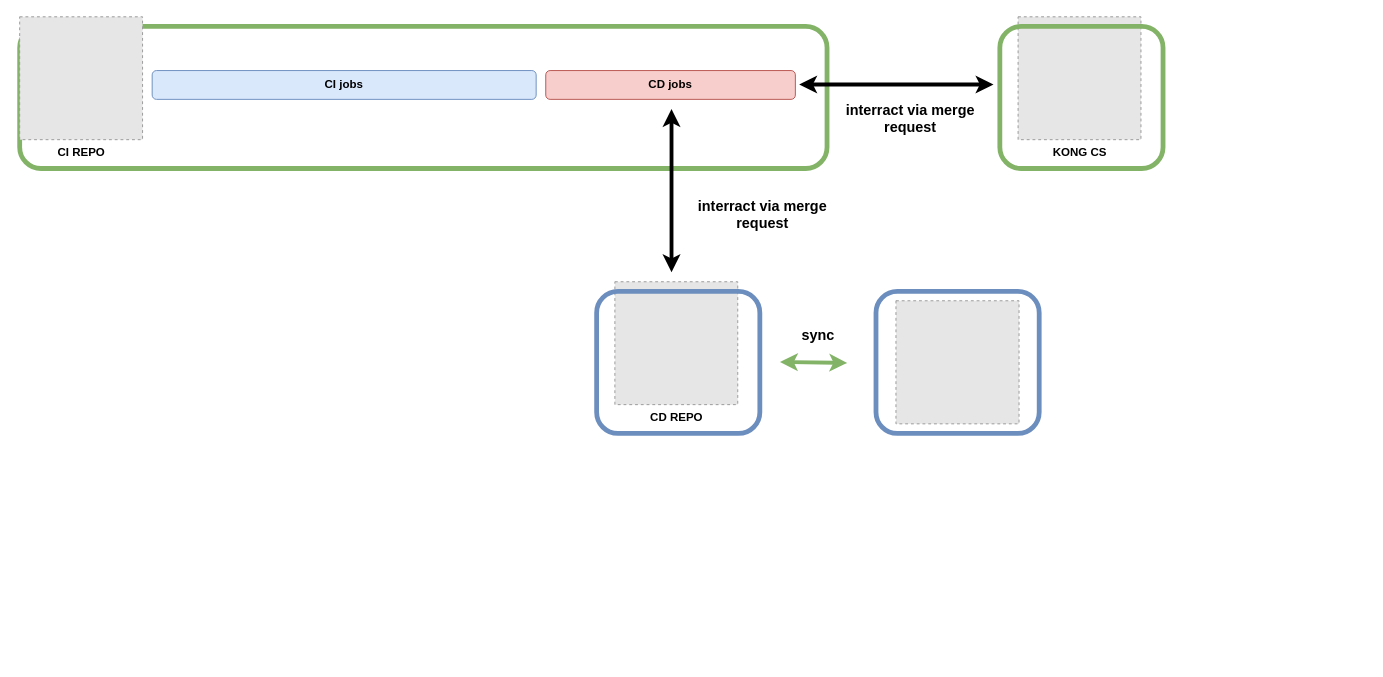
Above: Biểu đồ không có tiêu đề.drawio in quanhk711/dev-test- (draw.io), before the change. Source tidied: cells renumbered, new cells numbered last; positions are measured from the earlier drawing's top-left corner, leaving out a move shared by most shapes. Both pictures are drawn from the tidied source at 96%, with x=0, y=0 at pixel (19, 16). Pictures stored in the file or linked from it are replaced by grey dashed boxes.
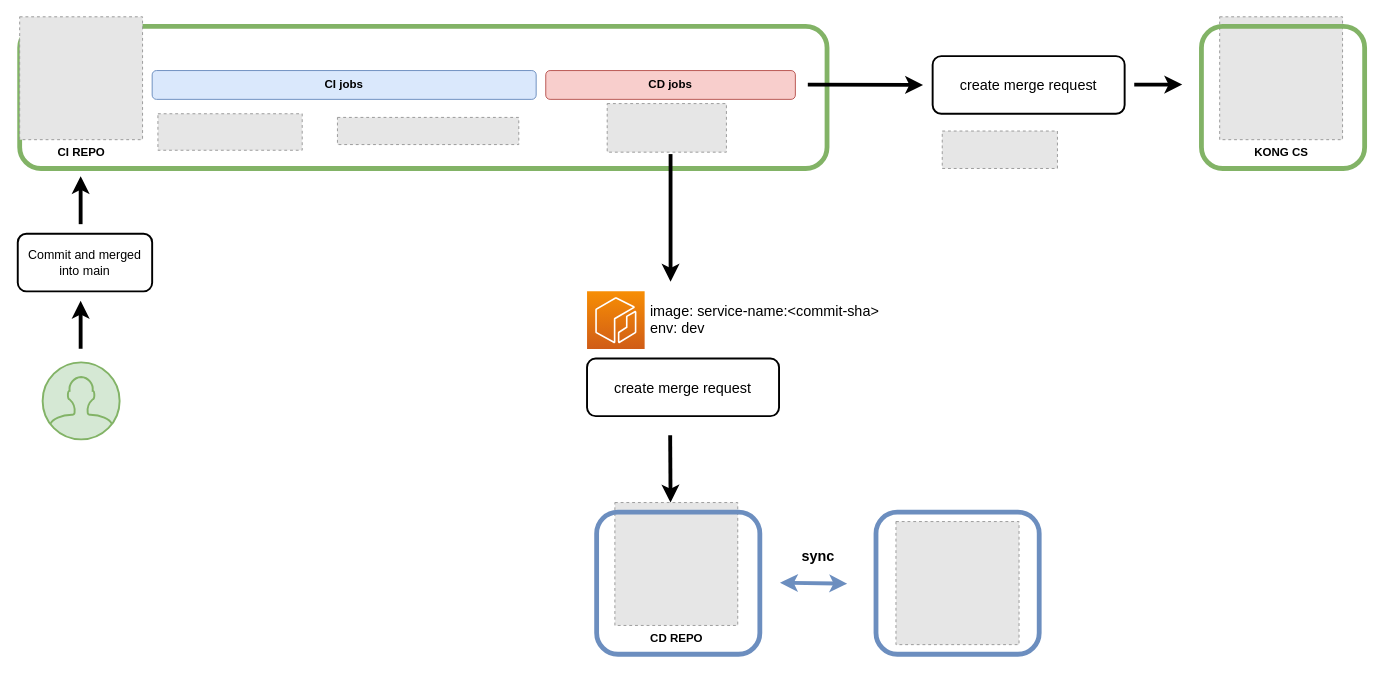
The same page after the edit.

Commit message:
Cập nhật Biểu đồ không có tiêu đề.drawio

What changed in the source:
```diff
@@
     <mxCell id="4" value="&lt;b&gt;CD REPO&lt;br&gt;&lt;br&gt;&lt;/b&gt;" style="fillColor=#E6E6E6;strokeColor=#999999;dashed=1;html=1;verticalAlign=top;verticalLabelPosition=bottom;labelBackgroundColor=#ffffff;" parent="1" vertex="1">
-      <mxGeometry x="620" y="276" width="128" height="128" as="geometry" />
+      <mxGeometry x="620" y="506" width="128" height="128" as="geometry" />
     </mxCell>
@@
     <mxCell id="7" style="rounded=1;whiteSpace=wrap;html=1;fillColor=none;strokeColor=#6c8ebf;strokeWidth=5;" parent="1" vertex="1">
-      <mxGeometry x="601" y="286" width="170" height="148" as="geometry" />
+      <mxGeometry x="601" y="516" width="170" height="148" as="geometry" />
     </mxCell>
     <mxCell id="8" style="fillColor=#E6E6E6;strokeColor=#999999;dashed=1;verticalLabelPosition=bottom;labelBackgroundColor=default;verticalAlign=top;" parent="1" vertex="1">
-      <mxGeometry x="912.8" y="295.8" width="128.2" height="128.2" as="geometry" />
+      <mxGeometry x="912.8" y="525.8" width="128.2" height="128.2" as="geometry" />
     </mxCell>
     <mxCell id="9" style="rounded=1;whiteSpace=wrap;html=1;fillColor=none;strokeColor=#6c8ebf;strokeWidth=5;" parent="1" vertex="1">
-      <mxGeometry x="892" y="286" width="170" height="148" as="geometry" />
+      <mxGeometry x="892" y="516" width="170" height="148" as="geometry" />
     </mxCell>
-    <mxCell id="10" style="endArrow=classic;startArrow=classic;html=1;rounded=0;strokeWidth=4;fillColor=#d5e8d4;strokeColor=#82b366;" parent="1" edge="1">
+    <mxCell id="10" style="endArrow=classic;startArrow=classic;html=1;rounded=0;strokeWidth=4;fillColor=#dae8fc;strokeColor=#6c8ebf;" parent="1" edge="1">
       <mxGeometry relative="1" as="geometry">
-        <mxPoint x="792" y="359.5" as="sourcePoint" />
-        <mxPoint x="862" y="360.5" as="targetPoint" />
+        <mxPoint x="792" y="589.5" as="sourcePoint" />
+        <mxPoint x="862" y="590.5" as="targetPoint" />
       </mxGeometry>
     </mxCell>
     <mxCell id="11" value="&lt;b&gt;&lt;font style=&quot;font-size: 15px;&quot;&gt;sync&lt;/font&gt;&lt;/b&gt;" style="text;html=1;strokeColor=none;fillColor=none;align=center;verticalAlign=middle;whiteSpace=wrap;rounded=0;" parent="1" vertex="1">
-      <mxGeometry x="802" y="316" width="60" height="30" as="geometry" />
+      <mxGeometry x="802" y="546" width="60" height="30" as="geometry" />
     </mxCell>
     <mxCell id="12" value="&lt;b&gt;KONG CS&lt;br&gt;&lt;/b&gt;" style="fillColor=#E6E6E6;strokeColor=#999999;dashed=1;html=1;verticalAlign=top;verticalLabelPosition=bottom;labelBackgroundColor=#ffffff;" parent="1" vertex="1">
-      <mxGeometry x="1040" width="128" height="128" as="geometry" />
+      <mxGeometry x="1250" width="128" height="128" as="geometry" />
     </mxCell>
     <mxCell id="13" style="rounded=1;whiteSpace=wrap;html=1;fillColor=none;strokeColor=#82b366;strokeWidth=5;" parent="1" vertex="1">
-      <mxGeometry x="1021" y="10" width="170" height="148" as="geometry" />
+      <mxGeometry x="1231" y="10" width="170" height="148" as="geometry" />
     </mxCell>
-    <mxCell id="14" value="&lt;b&gt;&lt;font style=&quot;font-size: 15px;&quot;&gt;interract via merge request&lt;/font&gt;&lt;/b&gt;" style="text;html=1;strokeColor=none;fillColor=none;align=center;verticalAlign=middle;whiteSpace=wrap;rounded=0;" parent="1" vertex="1">
-      <mxGeometry x="687" y="186" width="174" height="40" as="geometry" />
-    </mxCell>
-    <mxCell id="15" style="endArrow=classic;startArrow=classic;html=1;rounded=0;strokeWidth=4;fillColor=#d5e8d4;strokeColor=#000000;" parent="1" edge="1">
-      <mxGeometry relative="1" as="geometry">
-        <mxPoint x="679" y="96" as="sourcePoint" />
-        <mxPoint x="679" y="266" as="targetPoint" />
-      </mxGeometry>
-    </mxCell>
-    <mxCell id="16" style="endArrow=classic;startArrow=classic;html=1;rounded=0;strokeWidth=4;fillColor=#d5e8d4;strokeColor=#000000;" parent="1" edge="1">
-      <mxGeometry relative="1" as="geometry">
-        <mxPoint x="812" y="70.5" as="sourcePoint" />
-        <mxPoint x="1014.4" y="70.5" as="targetPoint" />
-      </mxGeometry>
-    </mxCell>
-    <mxCell id="17" value="&lt;b&gt;&lt;font style=&quot;font-size: 15px;&quot;&gt;interract via merge request&lt;/font&gt;&lt;/b&gt;" style="text;html=1;strokeColor=none;fillColor=none;align=center;verticalAlign=middle;whiteSpace=wrap;rounded=0;" parent="1" vertex="1">
-      <mxGeometry x="841" y="86" width="174" height="40" as="geometry" />
-    </mxCell>
+    <mxCell id="18" style="html=1;verticalLabelPosition=bottom;align=center;labelBackgroundColor=#ffffff;verticalAlign=top;strokeWidth=2;strokeColor=#82b366;shadow=0;dashed=0;shape=mxgraph.ios7.icons.user;fillColor=#d5e8d4;" parent="1" vertex="1">
+      <mxGeometry x="23.9" y="360" width="80.2" height="80.2" as="geometry" />
+    </mxCell>
+    <mxCell id="19" value="&lt;font style=&quot;font-size: 13px;&quot;&gt;Commit and merged into main&lt;/font&gt;" style="rounded=1;whiteSpace=wrap;html=1;strokeWidth=2;" parent="1" vertex="1">
+      <mxGeometry x="-2" y="226" width="140" height="60" as="geometry" />
+    </mxCell>
+    <mxCell id="20" style="endArrow=classic;html=1;rounded=0;strokeWidth=4;" parent="1" edge="1">
+      <mxGeometry relative="1" as="geometry">
+        <mxPoint x="63.5" y="345.8" as="sourcePoint" />
+        <mxPoint x="63.5" y="295.8" as="targetPoint" />
+      </mxGeometry>
+    </mxCell>
+    <mxCell id="21" style="endArrow=classic;html=1;rounded=0;strokeWidth=4;" parent="1" edge="1">
+      <mxGeometry relative="1" as="geometry">
+        <mxPoint x="63.5" y="216" as="sourcePoint" />
+        <mxPoint x="63.5" y="166" as="targetPoint" />
+      </mxGeometry>
+    </mxCell>
+    <mxCell id="22" style="group;rounded=0;shadow=1;" parent="1" vertex="1">
+      <mxGeometry x="591" y="286" width="317" height="130" as="geometry" />
+    </mxCell>
+    <mxCell id="23" value="&lt;font style=&quot;font-size: 15px;&quot;&gt;image: service-name:&amp;lt;commit-sha&amp;gt;&lt;br&gt;env: dev&lt;/font&gt;" style="text;html=1;strokeColor=none;fillColor=none;align=left;verticalAlign=middle;whiteSpace=wrap;rounded=0;" parent="22" vertex="1">
+      <mxGeometry x="64" y="14" width="253" height="30" as="geometry" />
+    </mxCell>
+    <mxCell id="24" style="group;" parent="22" vertex="1">
+      <mxGeometry width="200" height="130" as="geometry" />
+    </mxCell>
+    <mxCell id="25" value="&lt;span style=&quot;border-color: var(--border-color);&quot;&gt;&lt;font style=&quot;border-color: var(--border-color); font-size: 15px;&quot;&gt;create merge request&lt;/font&gt;&lt;/span&gt;" style="rounded=1;whiteSpace=wrap;html=1;strokeWidth=2;" parent="24" vertex="1">
+      <mxGeometry y="70" width="200" height="60" as="geometry" />
+    </mxCell>
+    <mxCell id="26" style="sketch=0;fontColor=#232F3E;gradientColor=#F78E04;gradientDirection=north;fillColor=#D05C17;strokeColor=#ffffff;dashed=0;verticalLabelPosition=bottom;verticalAlign=top;align=center;html=1;fontSize=12;fontStyle=0;shape=mxgraph.aws4.resourceIcon;resIcon=mxgraph.aws4.ecr;" parent="24" vertex="1">
+      <mxGeometry width="60" height="60" as="geometry" />
+    </mxCell>
+    <mxCell id="27" style="endArrow=classic;html=1;rounded=0;strokeWidth=4;" parent="1" edge="1">
+      <mxGeometry relative="1" as="geometry">
+        <mxPoint x="678" y="143" as="sourcePoint" />
+        <mxPoint x="678" y="276" as="targetPoint" />
+      </mxGeometry>
+    </mxCell>
+    <mxCell id="28" style="endArrow=classic;html=1;rounded=0;strokeWidth=4;" parent="1" edge="1">
+      <mxGeometry relative="1" as="geometry">
+        <mxPoint x="677.6" y="436" as="sourcePoint" />
+        <mxPoint x="678" y="506" as="targetPoint" />
+      </mxGeometry>
+    </mxCell>
+    <mxCell id="29" style="endArrow=classic;html=1;rounded=0;strokeWidth=4;" parent="1" edge="1">
+      <mxGeometry relative="1" as="geometry">
+        <mxPoint x="821" y="70.6" as="sourcePoint" />
+        <mxPoint x="941" y="71" as="targetPoint" />
+      </mxGeometry>
+    </mxCell>
+    <mxCell id="30" value="&lt;span style=&quot;border-color: var(--border-color);&quot;&gt;&lt;font style=&quot;border-color: var(--border-color); font-size: 15px;&quot;&gt;create merge request&lt;/font&gt;&lt;/span&gt;" style="rounded=1;whiteSpace=wrap;html=1;strokeWidth=2;" parent="1" vertex="1">
+      <mxGeometry x="951" y="41" width="200" height="60" as="geometry" />
+    </mxCell>
+    <mxCell id="31" style="endArrow=classic;html=1;rounded=0;strokeWidth=4;" parent="1" edge="1">
+      <mxGeometry relative="1" as="geometry">
+        <mxPoint x="1161" y="70.6" as="sourcePoint" />
+        <mxPoint x="1211" y="70.6" as="targetPoint" />
+      </mxGeometry>
+    </mxCell>
+    <mxCell id="32" style="fillColor=#E6E6E6;strokeColor=#999999;dashed=1;verticalLabelPosition=bottom;labelBackgroundColor=default;verticalAlign=top;" parent="1" vertex="1">
+      <mxGeometry x="961" y="119" width="120" height="39" as="geometry" />
+    </mxCell>
+    <mxCell id="33" style="fillColor=#E6E6E6;strokeColor=#999999;dashed=1;verticalLabelPosition=bottom;labelBackgroundColor=default;verticalAlign=top;" parent="1" vertex="1">
+      <mxGeometry x="144" y="101" width="150.3" height="38" as="geometry" />
+    </mxCell>
+    <mxCell id="34" style="fillColor=#E6E6E6;strokeColor=#999999;dashed=1;verticalLabelPosition=bottom;labelBackgroundColor=default;verticalAlign=top;" parent="1" vertex="1">
+      <mxGeometry x="331" y="104.8" width="188.9" height="28.3" as="geometry" />
+    </mxCell>
+    <mxCell id="35" style="fillColor=#E6E6E6;strokeColor=#999999;dashed=1;verticalLabelPosition=bottom;labelBackgroundColor=default;verticalAlign=top;" parent="1" vertex="1">
+      <mxGeometry x="612" y="90.4" width="124.2" height="50.6" as="geometry" />
+    </mxCell>
```
